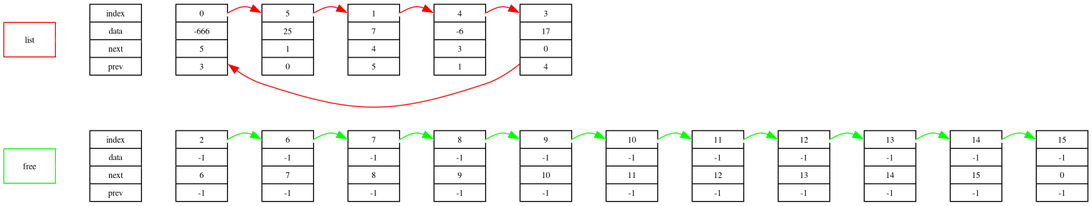
The Graphviz diagram list.png in Alexandr26Starostin/list, before a commit. Its source is kept beside it as list.dot.
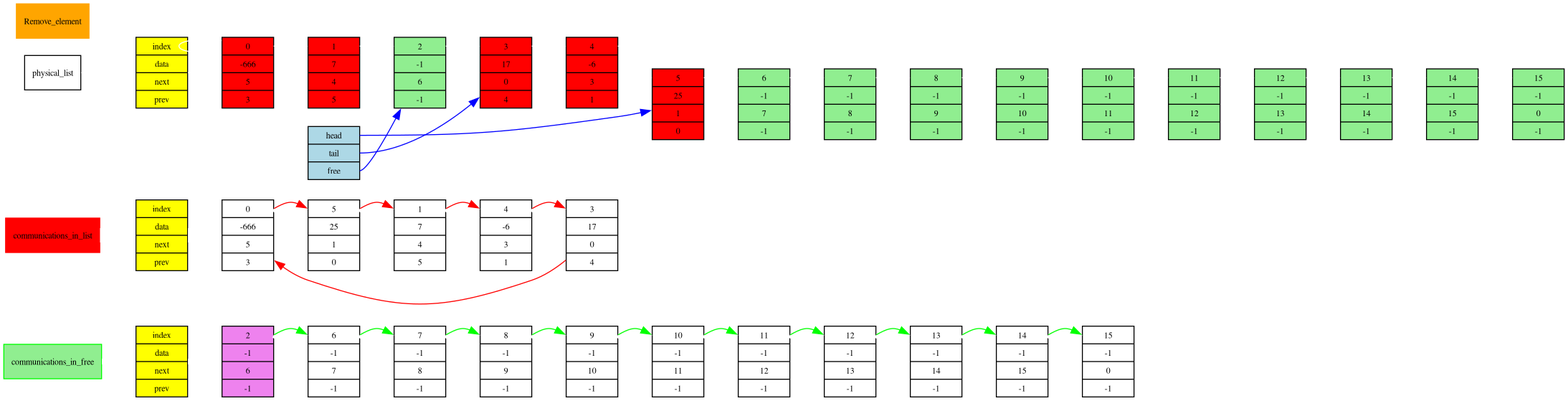
After the change.

Commit message:
improve list_dump

Change to the diagram source:
```diff
@@ -6,11 +6,11 @@
 
 	subgraph
 	{
-		free [shape="rectangle", color = "green"]
+		communications_in_free [shape="rectangle", color = "green", style="filled",fillcolor="lightgreen"]
 
-		names_free [shape=record, label=" index | data | next | prev "]
+		names_free [shape=record, label=" index | data | next | prev ", style="filled",fillcolor="yellow"]
 
-		name2 [shape=record, label="<f2>    2 |   -1 |    6 |   -1 "]
+		name2 [shape=record, label="<f2>    2 |   -1 |    6 |   -1 ", style="filled",fillcolor="violet"]
 		name6 [shape=record, label="<f6>    6 |   -1 |    7 |   -1 "]
 		name7 [shape=record, label="<f7>    7 |   -1 |    8 |   -1 "]
 		name8 [shape=record, label="<f8>    8 |   -1 |    9 |   -1 "]
@@ -25,16 +25,16 @@
 		name2:<f2> -> name6:<f6> -> name7:<f7> -> name8:<f8> -> name9:<f9> -> name10:<f10> -> name11:<f11> -> name12:<f12> -> name13:<f13> -> name14:<f14> -> name15:<f15> [penwidth = 6.0, color="white"]
 		name2:<f2> -> name6:<f6> -> name7:<f7> -> name8:<f8> -> name9:<f9> -> name10:<f10> -> name11:<f11> -> name12:<f12> -> name13:<f13> -> name14:<f14> -> name15:<f15>
 
-		free -> names_free -> name2 [penwidth = 6.0, color="white"]
+		communications_in_free -> names_free -> name2 [penwidth = 6.0, color="white"]
 	}
 
 	edge[color="red",fontsize=12]
 
 	subgraph
 	{
-		list [shape="rectangle", color = "red"]
+		communications_in_list [shape="rectangle", color = "red", style="filled",fillcolor="red"]
 
-		names_list [shape=record, label=" index | data | next | prev "]
+		names_list [shape=record, label=" index | data | next | prev ", style="filled",fillcolor="yellow"]
 
 		name0 [shape=record, label="<f0>    0 | -666 |    5 |    3 "]
 		name5 [shape=record, label="<f5>    5 |   25 |    1 |    0 "]
@@ -45,6 +45,59 @@
 		name0:<f0> -> name5:<f5> -> name1:<f1> -> name4:<f4> -> name3:<f3> [penwidth = 6.0, color="white"]
 		name0:<f0> -> name5:<f5> -> name1:<f1> -> name4:<f4> -> name3:<f3>
 		name3 -> name0
-		list -> names_list -> name0 [penwidth = 6.0, color="white"]
+		communications_in_list -> names_list -> name0 [penwidth = 15.0, color="white"]
 	}
+
+	edge[color="white",fontsize=12]
+
+	subgraph
+	{
+		header [shape=record, label="<f0> head | <f1> tail | <f2> free", style="filled",fillcolor="lightblue"]
+	}
+		edge[color="blue",fontsize=12]
+
+	subgraph
+	{
+		header:<f0> -> name_ph5
+	header:<f1> -> name_ph3
+	header:<f2> -> name_ph2
+	}
+
+	edge[color="white",fontsize=12]
+
+	subgraph
+	{
+		physical_list [shape="rectangle", color = "black"]
+
+		names_physical_list [shape=record, label=" index | data | next | prev ", style="filled",fillcolor="yellow"]
+
+		name_ph0 [shape=record, label="<f0>    0 | -666 |    5 |    3 ", style="filled",fillcolor="red"]
+		name_ph1 [shape=record, label="<f1>    1 |    7 |    4 |    5 ", style="filled",fillcolor="red"]
+		name_ph2 [shape=record, label="<f2>    2 |   -1 |    6 |   -1 ", style="filled",fillcolor="lightgreen"]
+		name_ph3 [shape=record, label="<f3>    3 |   17 |    0 |    4 ", style="filled",fillcolor="red"]
+		name_ph4 [shape=record, label="<f4>    4 |   -6 |    3 |    1 ", style="filled",fillcolor="red"]
+		name_ph5 [shape=record, label="<f5>    5 |   25 |    1 |    0 ", style="filled",fillcolor="red"]
+		name_ph6 [shape=record, label="<f6>    6 |   -1 |    7 |   -1 ", style="filled",fillcolor="lightgreen"]
+		name_ph7 [shape=record, label="<f7>    7 |   -1 |    8 |   -1 ", style="filled",fillcolor="lightgreen"]
+		name_ph8 [shape=record, label="<f8>    8 |   -1 |    9 |   -1 ", style="filled",fillcolor="lightgreen"]
+		name_ph9 [shape=record, label="<f9>    9 |   -1 |   10 |   -1 ", style="filled",fillcolor="lightgreen"]
+		name_ph10 [shape=record, label="<f10>   10 |   -1 |   11 |   -1 ", style="filled",fillcolor="lightgreen"]
+		name_ph11 [shape=record, label="<f11>   11 |   -1 |   12 |   -1 ", style="filled",fillcolor="lightgreen"]
+		name_ph12 [shape=record, label="<f12>   12 |   -1 |   13 |   -1 ", style="filled",fillcolor="lightgreen"]
+		name_ph13 [shape=record, label="<f13>   13 |   -1 |   14 |   -1 ", style="filled",fillcolor="lightgreen"]
+		name_ph14 [shape=record, label="<f14>   14 |   -1 |   15 |   -1 ", style="filled",fillcolor="lightgreen"]
+		name_ph15 [shape=record, label="<f15>   15 |   -1 |    0 |   -1 ", style="filled",fillcolor="lightgreen"]
+
+		name_ph0:<f0> -> name_ph0:<f0> -> name_ph1:<f1> -> name_ph2:<f2> -> name_ph3:<f3> -> name_ph4:<f4> -> name_ph5:<f5> -> name_ph6:<f6> -> name_ph7:<f7> -> name_ph8:<f8> -> name_ph9:<f9> -> name_ph10:<f10> -> name_ph11:<f11> -> name_ph12:<f12> -> name_ph13:<f13> -> name_ph14:<f14> -> name_ph15:<f15>
+		physical_list -> names_physical_list -> name_ph0
+	}
+
+	edge[color="white",fontsize=12]
+
+	subgraph
+	{
+		Remove_element[shape="rectangle", color = "orange", style="filled",fillcolor="orange"]
+	}
+
+
 }
```
